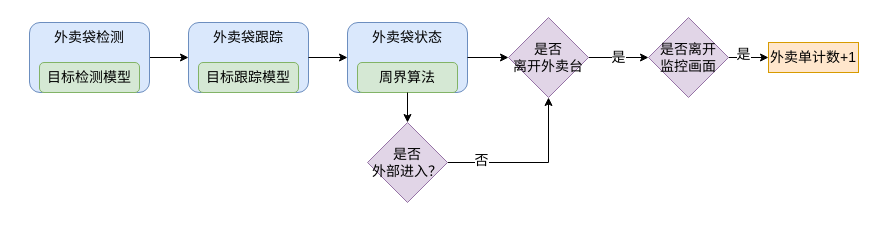
Before: Untitled Diagram.drawio in CvRocker/draw-io, a draw.io diagram. Source tidied: cells renumbered, new cells numbered last; positions are measured from the earlier drawing's top-left corner, leaving out a move shared by most shapes. Both pictures are drawn from the tidied source at 100%, with x=0, y=0 at pixel (29, 17).
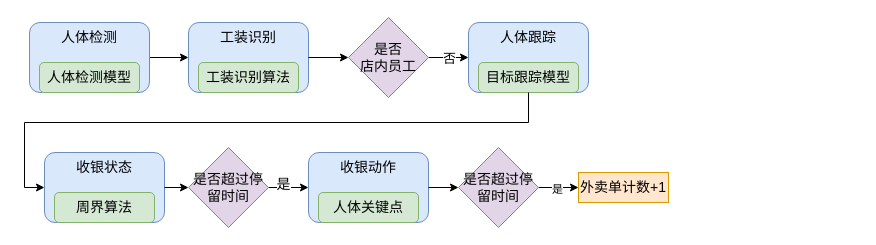
The same page after the edit.

Unchanged cells that the change refers to:
```xml
<mxCell id="3" style="rounded=1;whiteSpace=wrap;html=1;fillColor=#dae8fc;strokeColor=#6c8ebf;fontSize=14;" parent="1" vertex="1">
  <mxGeometry y="5" width="120" height="70" as="geometry" />
</mxCell>
<mxCell id="9" style="rounded=1;whiteSpace=wrap;html=1;fillColor=#dae8fc;strokeColor=#6c8ebf;fontSize=14;" parent="8" vertex="1">
  <mxGeometry width="120" height="70" as="geometry" />
</mxCell>
<mxCell id="13" style="rounded=1;whiteSpace=wrap;html=1;fillColor=#dae8fc;strokeColor=#6c8ebf;fontSize=14;" parent="12" vertex="1">
  <mxGeometry width="120" height="70" as="geometry" />
</mxCell>
```

The edit, as a diff of the source:
```diff
@@
-    <mxCell id="2" style="edgeStyle=orthogonalEdgeStyle;rounded=0;jettySize=auto;html=1;entryX=0;entryY=0.5;entryDx=0;entryDy=0;fontSize=14;" parent="1" edge="1" source="3" target="9">
+    <mxCell id="2" style="edgeStyle=orthogonalEdgeStyle;rounded=0;jettySize=auto;html=1;entryX=0;entryY=0.5;entryDx=0;entryDy=0;fontSize=14;" parent="1" edge="1" source="3" target="13">
       <mxGeometry relative="1" as="geometry" />
     </mxCell>
@@
-    <mxCell id="4" value="是" style="edgeStyle=orthogonalEdgeStyle;rounded=0;jettySize=auto;html=1;fontSize=14;" parent="1" edge="1" source="5" target="20">
+    <mxCell id="4" style="edgeStyle=orthogonalEdgeStyle;rounded=0;jettySize=auto;html=1;fontSize=14;entryX=0;entryY=0.5;entryDx=0;entryDy=0;" parent="1" edge="1" source="5" target="9">
       <mxGeometry relative="1" as="geometry" />
     </mxCell>
+    <mxCell id="23" value="否" style="edgeLabel;html=1;align=center;verticalAlign=middle;fontSize=13;" parent="4" vertex="1">
+      <mxGeometry x="-0.81" y="1" relative="1" as="geometry">
+        <mxPoint x="16" y="1" as="offset" />
+      </mxGeometry>
+    </mxCell>
-    <mxCell id="5" value="是否&lt;br style=&quot;font-size: 14px;&quot;&gt;离开外卖台" style="rhombus;whiteSpace=wrap;html=1;fillColor=#e1d5e7;strokeColor=#9673a6;fontSize=14;" parent="1" vertex="1">
-      <mxGeometry x="479" width="80" height="80" as="geometry" />
+    <mxCell id="5" value="是否&lt;br style=&quot;font-size: 14px;&quot;&gt;店内员工" style="rhombus;whiteSpace=wrap;html=1;fillColor=#e1d5e7;strokeColor=#9673a6;fontSize=14;" parent="1" vertex="1">
+      <mxGeometry x="319" width="80" height="80" as="geometry" />
     </mxCell>
-    <mxCell id="6" value="目标检测模型" style="rounded=1;whiteSpace=wrap;html=1;fillColor=#d5e8d4;strokeColor=#82b366;fontSize=14;" parent="1" vertex="1">
+    <mxCell id="6" value="人体检测模型" style="rounded=1;whiteSpace=wrap;html=1;fillColor=#d5e8d4;strokeColor=#82b366;fontSize=14;" parent="1" vertex="1">
       <mxGeometry x="10" y="45" width="100" height="30" as="geometry" />
     </mxCell>
-    <mxCell id="7" value="外卖袋检测" style="text;strokeColor=none;align=center;fillColor=none;html=1;verticalAlign=middle;whiteSpace=wrap;rounded=0;fontSize=14;" parent="1" vertex="1">
+    <mxCell id="7" value="人体检测" style="text;strokeColor=none;align=center;fillColor=none;html=1;verticalAlign=middle;whiteSpace=wrap;rounded=0;fontSize=14;" parent="1" vertex="1">
       <mxGeometry x="15" y="5" width="90" height="30" as="geometry" />
     </mxCell>
     <mxCell id="8" style="group;fontSize=14;" parent="1" vertex="1">
-      <mxGeometry x="159" y="5" width="120" height="70" as="geometry" />
+      <mxGeometry x="439" y="5" width="120" height="70" as="geometry" />
     </mxCell>
@@
-    <mxCell id="11" value="外卖袋跟踪" style="text;strokeColor=none;align=center;fillColor=none;html=1;verticalAlign=middle;whiteSpace=wrap;rounded=0;fontSize=14;" parent="8" vertex="1">
+    <mxCell id="11" value="人体跟踪" style="text;strokeColor=none;align=center;fillColor=none;html=1;verticalAlign=middle;whiteSpace=wrap;rounded=0;fontSize=14;" parent="8" vertex="1">
       <mxGeometry x="15" width="90" height="30" as="geometry" />
     </mxCell>
     <mxCell id="12" style="group;fontSize=14;" parent="1" vertex="1">
-      <mxGeometry x="318" y="5" width="120" height="70" as="geometry" />
+      <mxGeometry x="159" y="5" width="120" height="70" as="geometry" />
     </mxCell>
@@
-    <mxCell id="14" value="周界算法" style="rounded=1;whiteSpace=wrap;html=1;fillColor=#d5e8d4;strokeColor=#82b366;fontSize=14;" parent="12" vertex="1">
+    <mxCell id="14" value="工装识别算法" style="rounded=1;whiteSpace=wrap;html=1;fillColor=#d5e8d4;strokeColor=#82b366;fontSize=14;" parent="12" vertex="1">
       <mxGeometry x="10" y="40" width="100" height="30" as="geometry" />
     </mxCell>
-    <mxCell id="15" value="外卖袋状态" style="text;strokeColor=none;align=center;fillColor=none;html=1;verticalAlign=middle;whiteSpace=wrap;rounded=0;fontSize=14;" parent="12" vertex="1">
+    <mxCell id="15" value="工装识别" style="text;strokeColor=none;align=center;fillColor=none;html=1;verticalAlign=middle;whiteSpace=wrap;rounded=0;fontSize=14;" parent="12" vertex="1">
       <mxGeometry x="15" width="90" height="30" as="geometry" />
     </mxCell>
-    <mxCell id="16" style="edgeStyle=orthogonalEdgeStyle;rounded=0;jettySize=auto;html=1;entryX=0;entryY=0.5;entryDx=0;entryDy=0;exitX=1;exitY=0.5;exitDx=0;exitDy=0;fontSize=14;" parent="1" edge="1" source="9" target="13">
-      <mxGeometry relative="1" as="geometry" />
-    </mxCell>
@@
-    <mxCell id="18" style="edgeStyle=orthogonalEdgeStyle;rounded=0;jettySize=auto;html=1;fontSize=14;" parent="1" edge="1" source="20" target="21">
+    <mxCell id="18" style="edgeStyle=orthogonalEdgeStyle;rounded=0;jettySize=auto;html=1;fontSize=14;entryX=0;entryY=0.5;entryDx=0;entryDy=0;" parent="1" edge="1" source="20" target="36">
       <mxGeometry relative="1" as="geometry" />
     </mxCell>
@@
-    <mxCell id="20" value="是否离开&lt;br style=&quot;font-size: 14px;&quot;&gt;监控画面" style="rhombus;whiteSpace=wrap;html=1;fillColor=#e1d5e7;strokeColor=#9673a6;fontSize=14;" parent="1" vertex="1">
-      <mxGeometry x="619" width="80" height="80" as="geometry" />
+    <mxCell id="20" value="是否超过停留时间" style="rhombus;whiteSpace=wrap;html=1;fillColor=#e1d5e7;strokeColor=#9673a6;fontSize=14;" parent="1" vertex="1">
+      <mxGeometry x="159" y="130" width="80" height="80" as="geometry" />
     </mxCell>
     <mxCell id="21" value="外卖单计数+1" style="whiteSpace=wrap;html=1;fillColor=#ffe6cc;strokeColor=#d79b00;fontSize=14;" parent="1" vertex="1">
-      <mxGeometry x="739" y="25" width="90" height="30" as="geometry" />
+      <mxGeometry x="549" y="155" width="90" height="30" as="geometry" />
     </mxCell>
-    <mxCell id="22" style="edgeStyle=orthogonalEdgeStyle;rounded=0;jettySize=auto;html=1;entryX=0.5;entryY=1;entryDx=0;entryDy=0;fontSize=14;" parent="1" edge="1" source="24" target="5">
-      <mxGeometry relative="1" as="geometry" />
-    </mxCell>
-    <mxCell id="23" value="否" style="edgeLabel;html=1;align=center;verticalAlign=middle;fontSize=14;" parent="22" vertex="1">
-      <mxGeometry x="-0.6" y="3" relative="1" as="geometry" />
-    </mxCell>
-    <mxCell id="24" value="是否&lt;br style=&quot;font-size: 14px;&quot;&gt;外部进入？" style="rhombus;whiteSpace=wrap;html=1;fillColor=#e1d5e7;strokeColor=#9673a6;fontSize=14;" parent="1" vertex="1">
-      <mxGeometry x="338" y="105" width="80" height="80" as="geometry" />
-    </mxCell>
-    <mxCell id="25" style="edgeStyle=orthogonalEdgeStyle;rounded=0;jettySize=auto;html=1;fontSize=14;" parent="1" edge="1" source="14" target="24">
-      <mxGeometry relative="1" as="geometry" />
-    </mxCell>
+    <mxCell id="26" style="group;fontSize=14;" parent="1" vertex="1">
+      <mxGeometry x="15" y="135" width="120" height="70" as="geometry" />
+    </mxCell>
+    <mxCell id="27" style="rounded=1;whiteSpace=wrap;html=1;fillColor=#dae8fc;strokeColor=#6c8ebf;fontSize=14;" parent="26" vertex="1">
+      <mxGeometry width="120" height="70" as="geometry" />
+    </mxCell>
+    <mxCell id="28" value="周界算法" style="rounded=1;whiteSpace=wrap;html=1;fillColor=#d5e8d4;strokeColor=#82b366;fontSize=14;" parent="26" vertex="1">
+      <mxGeometry x="10" y="40" width="100" height="30" as="geometry" />
+    </mxCell>
+    <mxCell id="29" value="收银状态" style="text;strokeColor=none;align=center;fillColor=none;html=1;verticalAlign=middle;whiteSpace=wrap;rounded=0;fontSize=14;" parent="26" vertex="1">
+      <mxGeometry x="15" width="90" height="30" as="geometry" />
+    </mxCell>
+    <mxCell id="30" style="edgeStyle=orthogonalEdgeStyle;rounded=0;jettySize=auto;html=1;entryX=0;entryY=0.5;entryDx=0;entryDy=0;" parent="1" edge="1" source="9" target="27">
+      <mxGeometry relative="1" as="geometry">
+        <Array as="points">
+          <mxPoint x="499" y="105" />
+          <mxPoint x="-5" y="105" />
+          <mxPoint x="-5" y="170" />
+        </Array>
+      </mxGeometry>
+    </mxCell>
+    <mxCell id="31" style="edgeStyle=orthogonalEdgeStyle;rounded=0;jettySize=auto;html=1;" parent="1" edge="1" source="27" target="20">
+      <mxGeometry relative="1" as="geometry" />
+    </mxCell>
+    <mxCell id="32" style="edgeStyle=orthogonalEdgeStyle;rounded=0;jettySize=auto;html=1;" parent="1" edge="1" source="34" target="21">
+      <mxGeometry relative="1" as="geometry" />
+    </mxCell>
+    <mxCell id="33" value="是" style="edgeLabel;html=1;align=center;verticalAlign=middle;" parent="32" vertex="1">
+      <mxGeometry x="-0.12" y="-1" relative="1" as="geometry" />
+    </mxCell>
+    <mxCell id="34" value="是否超过停留时间" style="rhombus;whiteSpace=wrap;html=1;fillColor=#e1d5e7;strokeColor=#9673a6;fontSize=14;" parent="1" vertex="1">
+      <mxGeometry x="429" y="130" width="80" height="80" as="geometry" />
+    </mxCell>
+    <mxCell id="35" style="group;fontSize=14;" parent="1" vertex="1">
+      <mxGeometry x="279" y="135" width="120" height="70" as="geometry" />
+    </mxCell>
+    <mxCell id="36" style="rounded=1;whiteSpace=wrap;html=1;fillColor=#dae8fc;strokeColor=#6c8ebf;fontSize=14;" parent="35" vertex="1">
+      <mxGeometry width="120" height="70" as="geometry" />
+    </mxCell>
+    <mxCell id="37" value="人体关键点" style="rounded=1;whiteSpace=wrap;html=1;fillColor=#d5e8d4;strokeColor=#82b366;fontSize=14;" parent="35" vertex="1">
+      <mxGeometry x="10" y="40" width="100" height="30" as="geometry" />
+    </mxCell>
+    <mxCell id="38" value="收银动作" style="text;strokeColor=none;align=center;fillColor=none;html=1;verticalAlign=middle;whiteSpace=wrap;rounded=0;fontSize=14;" parent="35" vertex="1">
+      <mxGeometry x="15" width="90" height="30" as="geometry" />
+    </mxCell>
+    <mxCell id="39" style="edgeStyle=orthogonalEdgeStyle;rounded=0;jettySize=auto;html=1;" parent="1" edge="1" source="36" target="34">
+      <mxGeometry relative="1" as="geometry" />
+    </mxCell>
```
